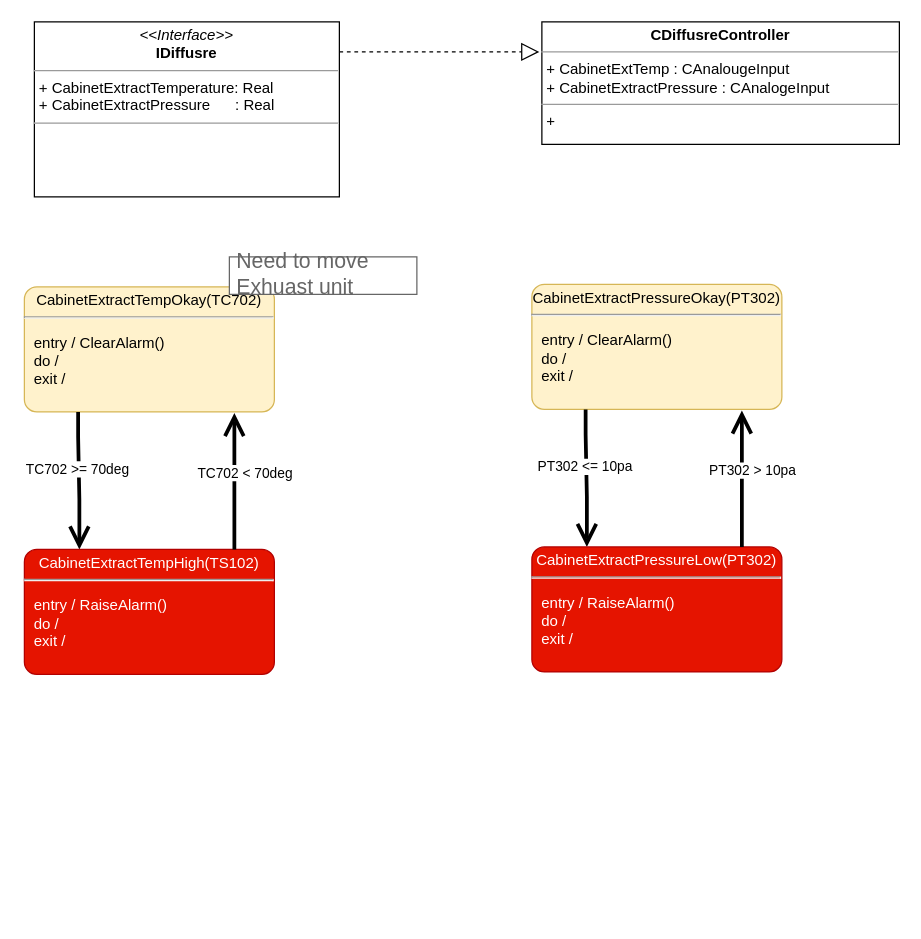
EdwardsKorea/CommonDrawIO keeps this draw.io diagram as page "DiffusreEnclousre" (3 of 10) of H2D Modular.drawio. Above is the earlier version. Source tidied: cells renumbered, new cells numbered last; positions are measured from the earlier drawing's top-left corner, leaving out a move shared by most shapes. Both pictures are drawn from the tidied source at 125%, with x=0, y=0 at pixel (24, 21).
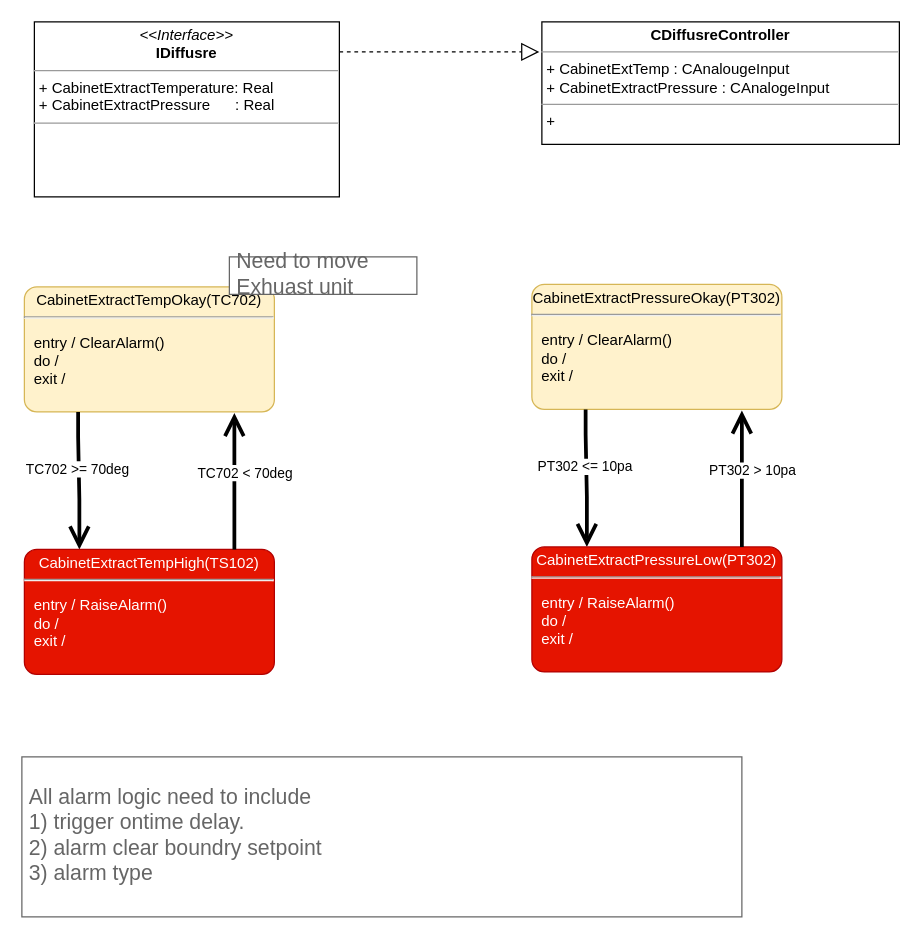
The same diagram, later.

What changed in the source:
```diff
@@
+    <mxCell id="14" value="All alarm logic need to include&lt;br&gt;1) trigger ontime delay.&amp;nbsp;&lt;br&gt;2) alarm clear boundry setpoint&lt;br&gt;3) alarm type" style="strokeWidth=1;shadow=0;dashed=0;align=center;html=1;shape=mxgraph.mockup.text.textBox;fontColor=#666666;align=left;fontSize=17;spacingLeft=4;spacingTop=-3;whiteSpace=wrap;strokeColor=#666666;mainText=;" parent="1" vertex="1">
+      <mxGeometry x="-2" y="588" width="576" height="128" as="geometry" />
+    </mxCell>
```
